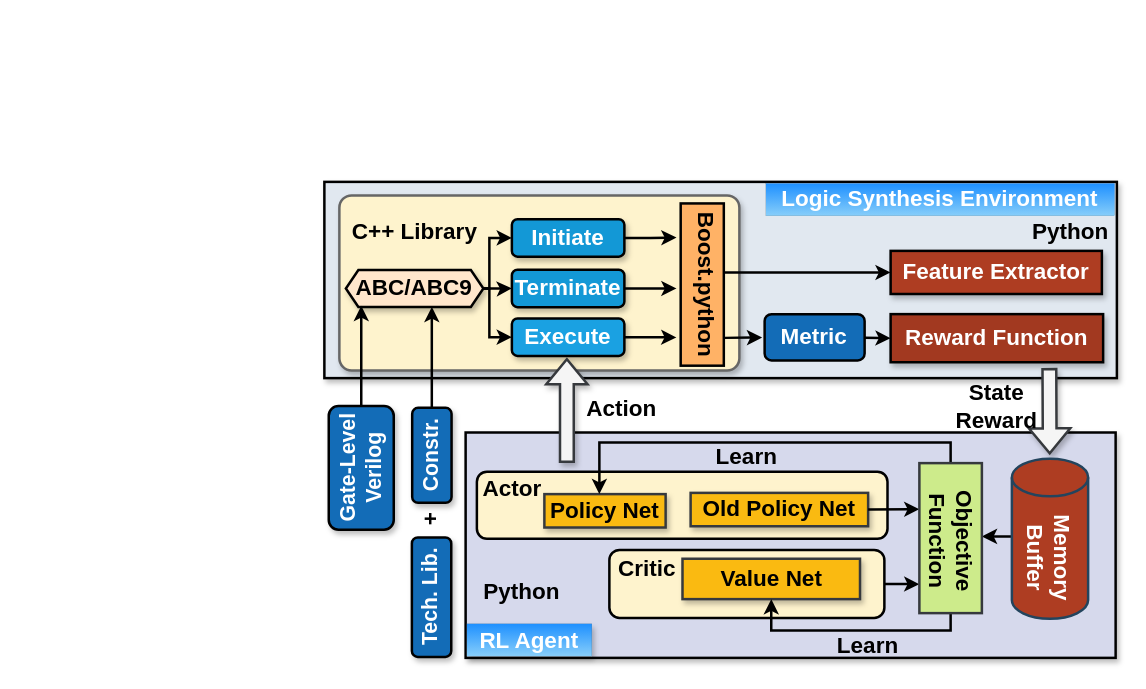
Above: RL_framework.drawio in kxzhu0505/Delay-Padding-For-Multi-corner (draw.io), before the change. Source tidied: cells renumbered, new cells numbered last; positions are measured from the earlier drawing's top-left corner, leaving out a move shared by most shapes. Both pictures are drawn from the tidied source at 125%, with x=0, y=0 at pixel (299, 181).
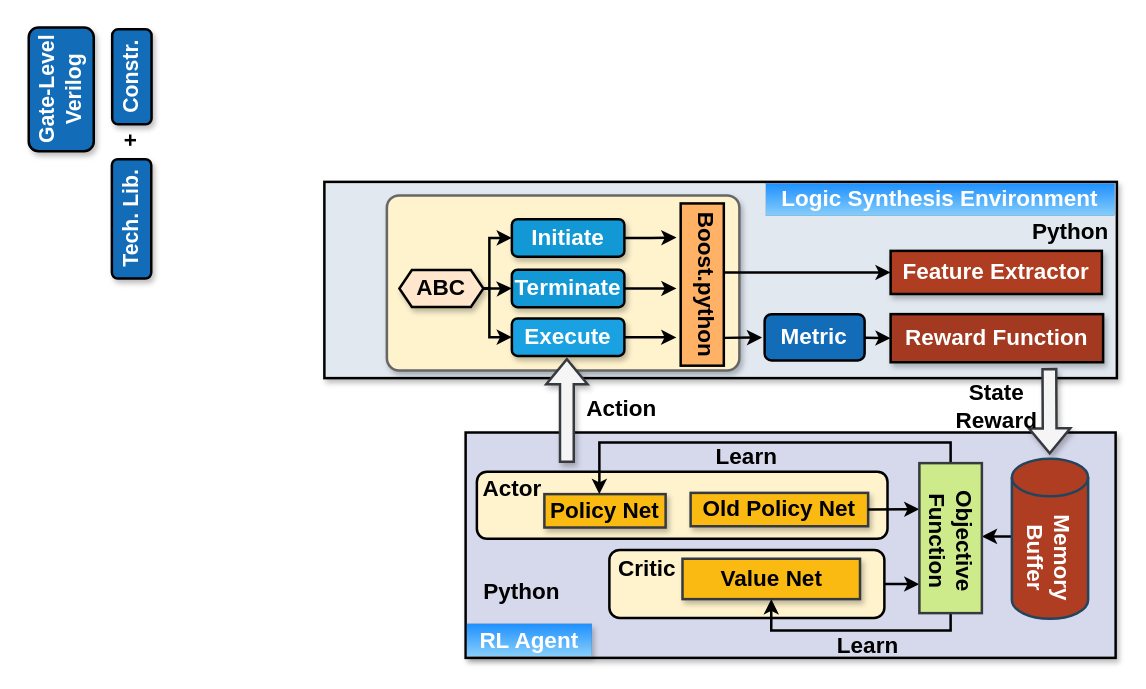
After the change.

What changed in the source:
```diff
@@
     <mxCell id="2" value="&lt;font color=&quot;#ffffff&quot;&gt;&lt;b style=&quot;font-size: 17px;&quot;&gt;&lt;font style=&quot;font-size: 17px;&quot;&gt;Gate-&lt;/font&gt;&lt;/b&gt;&lt;b style=&quot;font-size: 17px; background-color: initial;&quot;&gt;Level&lt;/b&gt;&lt;/font&gt;&lt;div style=&quot;font-size: 17px;&quot;&gt;&lt;div&gt;&lt;b&gt;&lt;font color=&quot;#ffffff&quot; style=&quot;font-size: 17px;&quot;&gt;Verilog&lt;/font&gt;&lt;/b&gt;&lt;/div&gt;&lt;/div&gt;" style="rounded=1;whiteSpace=wrap;html=1;fillColor=#136cb7;strokeColor=#000000;strokeWidth=2;shadow=1;rotation=-90;" parent="1" vertex="1">
-      <mxGeometry y="202.8" width="99" height="52" as="geometry" />
+      <mxGeometry x="-240" y="-100" width="99" height="52" as="geometry" />
     </mxCell>
@@
     <mxCell id="22" style="rounded=1;whiteSpace=wrap;html=1;fillColor=#fef3cd;fontColor=#333333;strokeColor=#666666;strokeWidth=2;shadow=1;arcSize=7;" parent="1" vertex="1">
-      <mxGeometry x="32" y="10.8" width="320" height="140" as="geometry" />
+      <mxGeometry x="70" y="10.8" width="282" height="140" as="geometry" />
     </mxCell>
@@
-    <mxCell id="26" value="&lt;span style=&quot;font-size: 18px;&quot;&gt;&lt;b&gt;ABC/ABC9&lt;/b&gt;&lt;/span&gt;" style="shape=hexagon;perimeter=hexagonPerimeter2;whiteSpace=wrap;html=1;fixedSize=1;fillColor=#ffe6cc;strokeColor=#000000;strokeWidth=2;shadow=1;rounded=0;size=10;" parent="1" vertex="1">
-      <mxGeometry x="37.2" y="70.5" width="110" height="29.5" as="geometry" />
+    <mxCell id="26" value="&lt;span style=&quot;font-size: 18px;&quot;&gt;&lt;b&gt;ABC&lt;/b&gt;&lt;/span&gt;" style="shape=hexagon;perimeter=hexagonPerimeter2;whiteSpace=wrap;html=1;fixedSize=1;fillColor=#ffe6cc;strokeColor=#000000;strokeWidth=2;shadow=1;rounded=0;size=10;" parent="1" vertex="1">
+      <mxGeometry x="80" y="70.5" width="67.2" height="29.5" as="geometry" />
     </mxCell>
-    <mxCell id="27" value="&lt;font style=&quot;font-size: 18px;&quot;&gt;&lt;b&gt;C++ Library&lt;/b&gt;&lt;/font&gt;" style="text;html=1;align=center;verticalAlign=middle;whiteSpace=wrap;rounded=0;" parent="1" vertex="1">
-      <mxGeometry x="39.5" y="25.2" width="105" height="30" as="geometry" />
-    </mxCell>
@@
     <mxCell id="42" value="&lt;font color=&quot;#ffffff&quot;&gt;&lt;span style=&quot;font-size: 17px;&quot;&gt;&lt;b&gt;Tech. Lib.&lt;/b&gt;&lt;/span&gt;&lt;/font&gt;" style="rounded=1;whiteSpace=wrap;html=1;fillColor=#136cb7;strokeColor=#000000;strokeWidth=2;shadow=1;rotation=-90;" parent="1" vertex="1">
-      <mxGeometry x="58" y="316.5" width="95.5" height="31.5" as="geometry" />
+      <mxGeometry x="-182" y="13.8" width="95.5" height="31.5" as="geometry" />
     </mxCell>
-    <mxCell id="43" style="edgeStyle=orthogonalEdgeStyle;rounded=0;jettySize=auto;html=1;entryX=0.625;entryY=1;entryDx=0;entryDy=0;strokeWidth=2;" parent="1" edge="1" source="44" target="26">
-      <mxGeometry relative="1" as="geometry" />
-    </mxCell>
     <mxCell id="44" value="&lt;font color=&quot;#ffffff&quot;&gt;&lt;span style=&quot;font-size: 17px;&quot;&gt;&lt;b&gt;Constr.&lt;/b&gt;&lt;/span&gt;&lt;/font&gt;" style="rounded=1;whiteSpace=wrap;html=1;fillColor=#136cb7;strokeColor=#000000;strokeWidth=2;shadow=1;rotation=-90;" parent="1" vertex="1">
-      <mxGeometry x="68" y="203" width="76" height="31.5" as="geometry" />
+      <mxGeometry x="-172" y="-99.8" width="76" height="31.5" as="geometry" />
     </mxCell>
@@
-    <mxCell id="51" style="rounded=0;jettySize=auto;html=1;entryX=0.112;entryY=0.971;entryDx=0;entryDy=0;strokeWidth=2;exitX=1;exitY=0.5;exitDx=0;exitDy=0;entryPerimeter=0;" parent="1" edge="1" source="2" target="26">
-      <mxGeometry relative="1" as="geometry" />
-    </mxCell>
@@
     <mxCell id="54" value="&lt;font style=&quot;font-size: 18px;&quot;&gt;&lt;b&gt;+&lt;/b&gt;&lt;/font&gt;" style="text;html=1;align=center;verticalAlign=middle;whiteSpace=wrap;rounded=0;rotation=-90;" parent="1" vertex="1">
-      <mxGeometry x="95.8" y="262.8" width="20" height="14.7" as="geometry" />
+      <mxGeometry x="-144.2" y="-40" width="20" height="14.7" as="geometry" />
     </mxCell>
```
